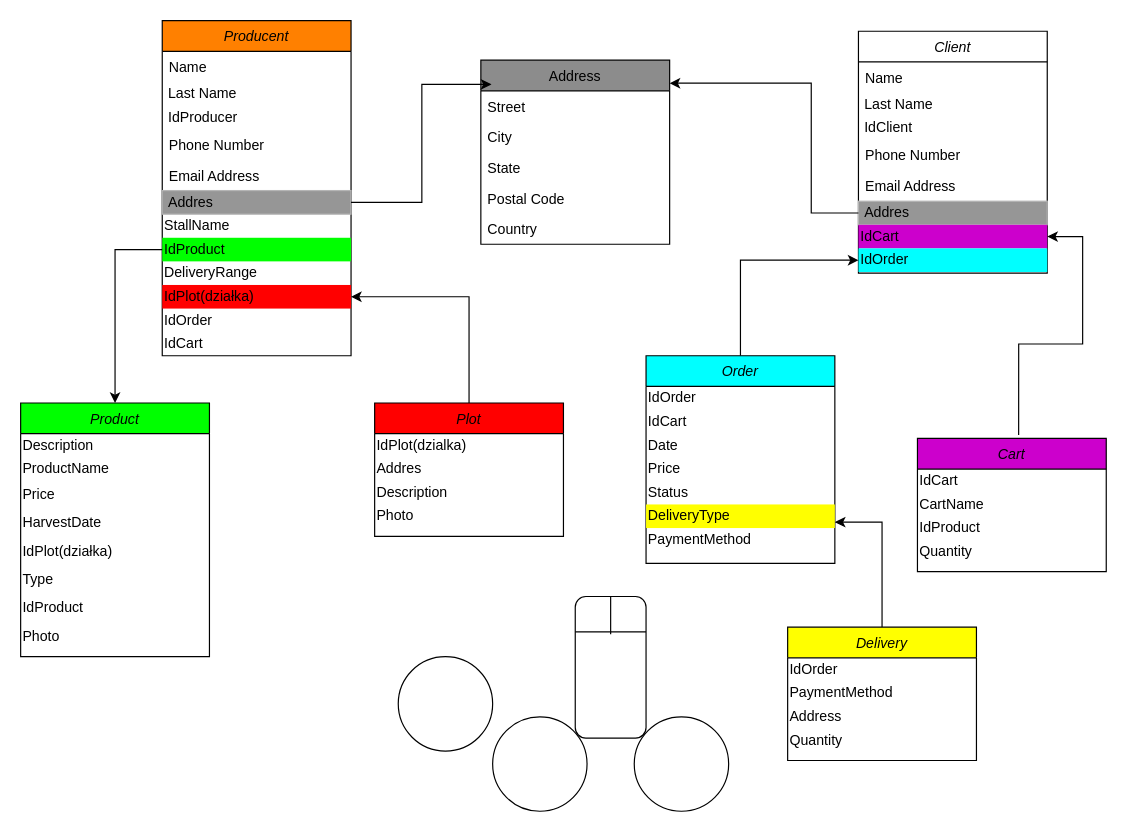
This is Model Konceptualny .drawio from 4RCZ1/Brzoskwinie, a draw.io file, before an edit. Source tidied: cells renumbered, new cells numbered last; positions are measured from the earlier drawing's top-left corner, leaving out a move shared by most shapes. Both pictures are drawn from the tidied source at 118%, with x=0, y=0 at pixel (20, 20).
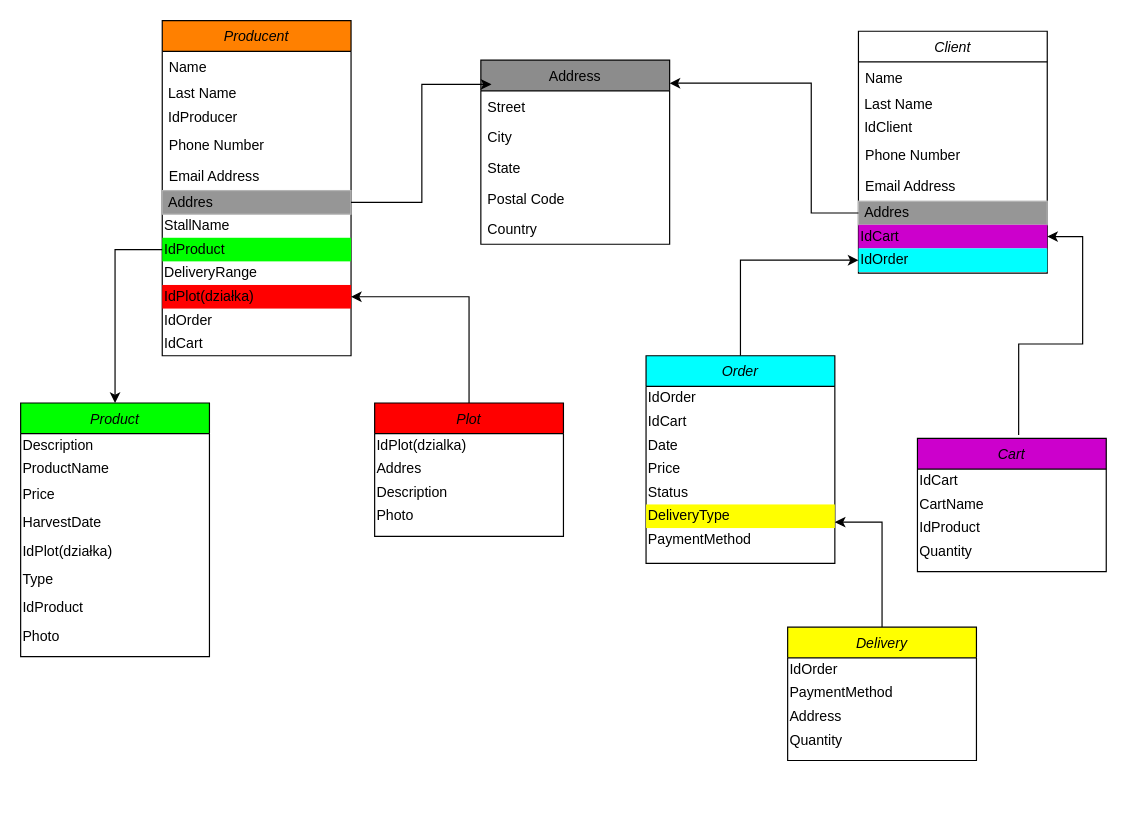
Above is the later version.

Diff of the diagram source:
```diff
@@
-    <mxCell id="2" style="ellipse;whiteSpace=wrap;html=1;" parent="1" vertex="1">
-      <mxGeometry x="400" y="590" width="80" height="80" as="geometry" />
-    </mxCell>
-    <mxCell id="3" style="rounded=1;whiteSpace=wrap;html=1;direction=south;" parent="1" vertex="1">
-      <mxGeometry x="470" y="488" width="60" height="120" as="geometry" />
-    </mxCell>
-    <mxCell id="4" style="ellipse;whiteSpace=wrap;html=1;" parent="1" vertex="1">
-      <mxGeometry x="520" y="590" width="80" height="80" as="geometry" />
-    </mxCell>
-    <mxCell id="5" style="endArrow=none;html=1;exitX=0.25;exitY=1;exitDx=0;exitDy=0;entryX=0.25;entryY=0;entryDx=0;entryDy=0;" parent="1" edge="1" source="3" target="3">
-      <mxGeometry relative="1" as="geometry" />
-    </mxCell>
-    <mxCell id="6" style="endArrow=none;html=1;entryX=0;entryY=0.5;entryDx=0;entryDy=0;" parent="1" edge="1" target="3">
-      <mxGeometry relative="1" as="geometry">
-        <mxPoint x="500" y="520" as="sourcePoint" />
-      </mxGeometry>
-    </mxCell>
@@
-    <mxCell id="74" style="ellipse;whiteSpace=wrap;html=1;" parent="1" vertex="1">
-      <mxGeometry x="320" y="539" width="80" height="80" as="geometry" />
-    </mxCell>
```
